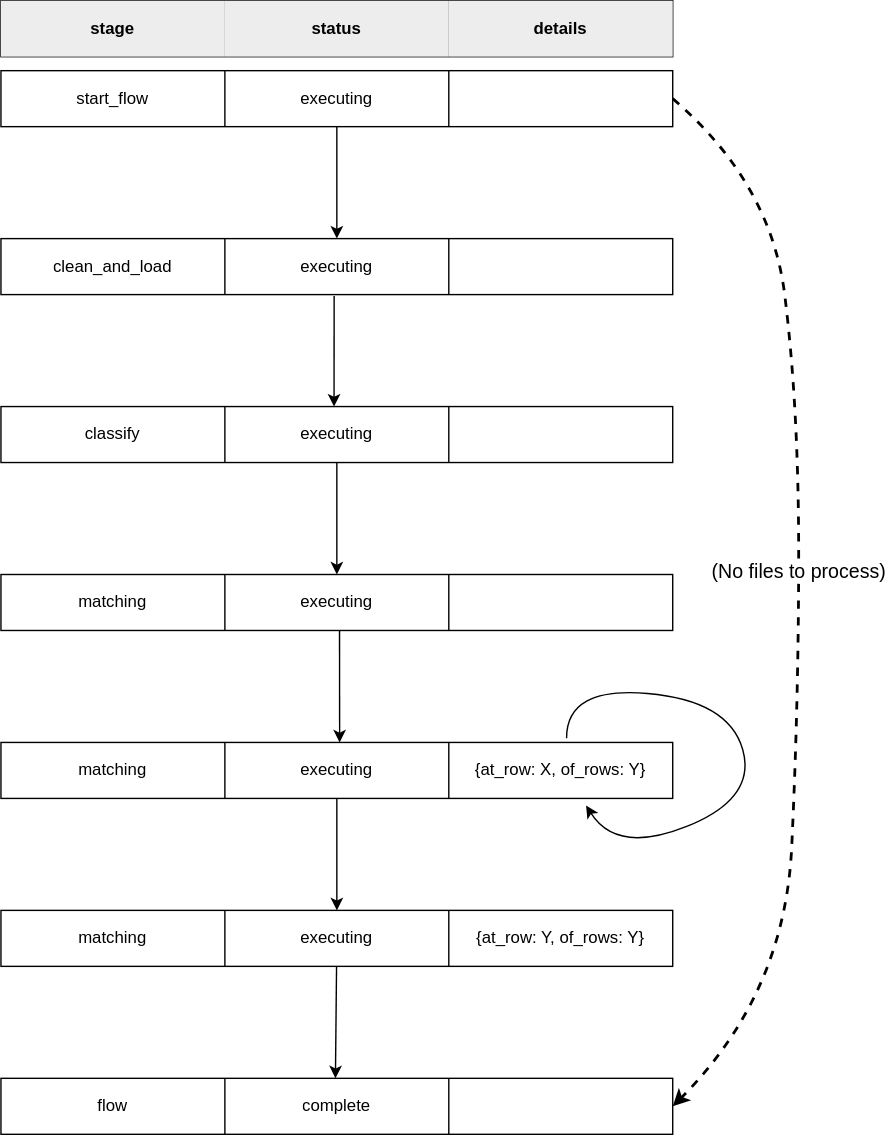
Before: documentation/documentation-images/exec_status.svg, a diagram exported from draw.io (CodeForPhilly/paws-data-pipeline). Source tidied: cells renumbered, new cells last; positions are measured from the earlier drawing's top-left corner, leaving out a move shared by most shapes.
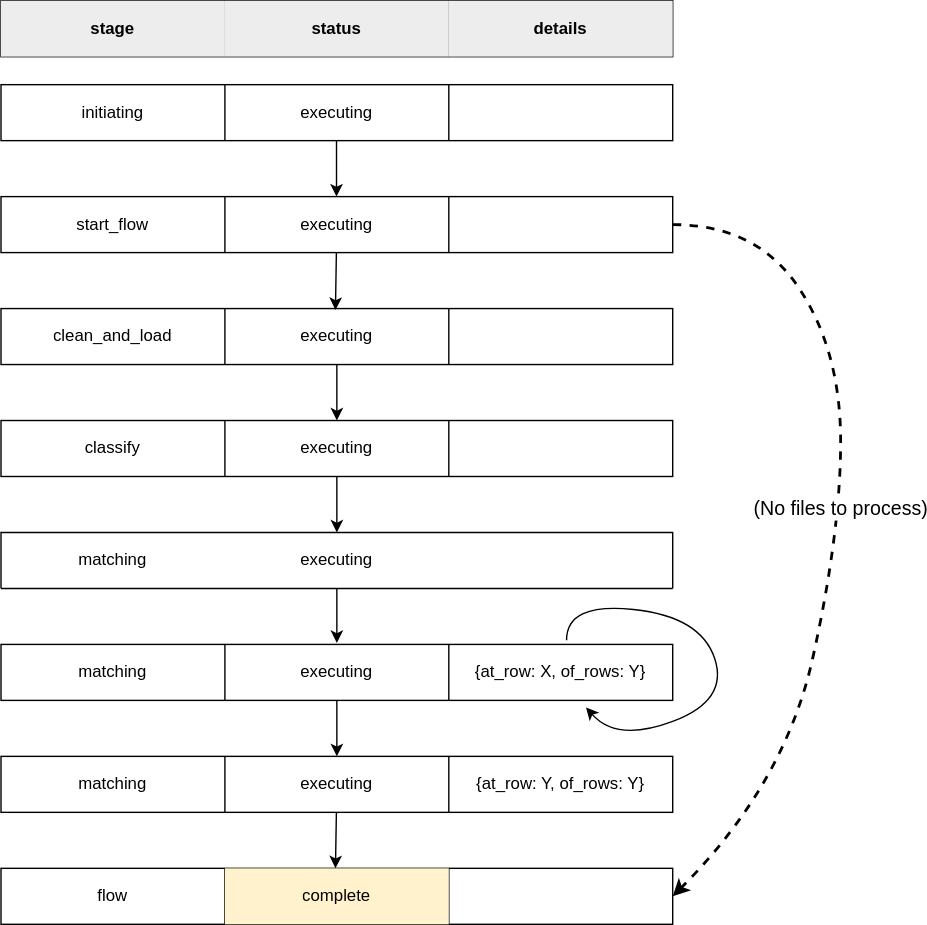
Later version of the same file.

The edit, as a diff of the source:
```diff
@@ -3,7 +3,7 @@
     <mxCell id="0" />
     <mxCell id="1" parent="0" />
     <mxCell id="2" style="shape=table;html=1;whiteSpace=wrap;startSize=0;" parent="1" vertex="1">
-      <mxGeometry y="50" width="480" height="40" as="geometry" />
+      <mxGeometry y="130" width="480" height="40" as="geometry" />
     </mxCell>
     <mxCell id="3" style="shape=partialRectangle;html=1;whiteSpace=wrap;fillColor=none;top=0;left=0;bottom=0;right=0;points=[[0,0.5],[1,0.5]];portConstraint=eastwest;" parent="2" vertex="1">
       <mxGeometry width="480" height="40" as="geometry" />
@@ -18,7 +18,7 @@
       <mxGeometry x="320" width="160" height="40" as="geometry" />
     </mxCell>
     <mxCell id="7" style="shape=table;html=1;whiteSpace=wrap;startSize=0;" parent="1" vertex="1">
-      <mxGeometry y="170" width="480" height="40" as="geometry" />
+      <mxGeometry y="210" width="480" height="40" as="geometry" />
     </mxCell>
     <mxCell id="8" style="shape=partialRectangle;html=1;whiteSpace=wrap;fillColor=none;top=0;left=0;bottom=0;right=0;points=[[0,0.5],[1,0.5]];portConstraint=eastwest;" parent="7" vertex="1">
       <mxGeometry width="480" height="40" as="geometry" />
@@ -32,8 +32,8 @@
     <mxCell id="11" style="shape=partialRectangle;html=1;whiteSpace=wrap;fillColor=none;top=0;left=0;bottom=0;right=0;overflow=hidden;" parent="8" vertex="1">
       <mxGeometry x="320" width="160" height="40" as="geometry" />
     </mxCell>
-    <mxCell id="12" style="shape=table;html=1;whiteSpace=wrap;startSize=0;" parent="1" vertex="1">
-      <mxGeometry y="410" width="480" height="40" as="geometry" />
+    <mxCell id="12" style="shape=table;html=1;whiteSpace=wrap;startSize=40;" parent="1" vertex="1">
+      <mxGeometry y="370" width="480" height="40" as="geometry" />
     </mxCell>
     <mxCell id="13" style="shape=partialRectangle;html=1;whiteSpace=wrap;fillColor=none;top=0;left=0;bottom=0;right=0;points=[[0,0.5],[1,0.5]];portConstraint=eastwest;" parent="12" vertex="1">
       <mxGeometry width="480" height="40" as="geometry" />
@@ -48,7 +48,7 @@
       <mxGeometry x="320" width="160" height="40" as="geometry" />
     </mxCell>
     <mxCell id="17" style="shape=table;html=1;whiteSpace=wrap;startSize=0;" parent="1" vertex="1">
-      <mxGeometry y="770" width="480" height="40" as="geometry" />
+      <mxGeometry y="610" width="480" height="40" as="geometry" />
     </mxCell>
     <mxCell id="18" style="shape=partialRectangle;html=1;whiteSpace=wrap;fillColor=none;top=0;left=0;bottom=0;right=0;points=[[0,0.5],[1,0.5]];portConstraint=eastwest;" parent="17" vertex="1">
       <mxGeometry width="480" height="40" as="geometry" />
@@ -56,7 +56,7 @@
     <mxCell id="19" value="flow" style="shape=partialRectangle;html=1;whiteSpace=wrap;fillColor=none;top=0;left=0;bottom=0;right=0;overflow=hidden;" parent="18" vertex="1">
       <mxGeometry width="160" height="40" as="geometry" />
     </mxCell>
-    <mxCell id="20" value="complete" style="shape=partialRectangle;html=1;whiteSpace=wrap;fillColor=none;top=0;left=0;bottom=0;right=0;overflow=hidden;" parent="18" vertex="1">
+    <mxCell id="20" value="complete" style="shape=partialRectangle;html=1;whiteSpace=wrap;fillColor=#fff2cc;top=0;left=0;bottom=0;right=0;overflow=hidden;strokeColor=#d6b656;" parent="18" vertex="1">
       <mxGeometry x="160" width="160" height="40" as="geometry" />
     </mxCell>
     <mxCell id="21" style="shape=partialRectangle;html=1;whiteSpace=wrap;fillColor=none;top=0;left=0;bottom=0;right=0;overflow=hidden;" parent="18" vertex="1">
@@ -78,7 +78,7 @@
       <mxGeometry x="320" width="160" height="40" as="geometry" />
     </mxCell>
     <mxCell id="27" style="shape=table;html=1;whiteSpace=wrap;startSize=0;" parent="1" vertex="1">
-      <mxGeometry y="530" width="480" height="40" as="geometry" />
+      <mxGeometry y="450" width="480" height="40" as="geometry" />
     </mxCell>
     <mxCell id="28" style="shape=partialRectangle;html=1;whiteSpace=wrap;fillColor=none;top=0;left=0;bottom=0;right=0;points=[[0,0.5],[1,0.5]];portConstraint=eastwest;" parent="27" vertex="1">
       <mxGeometry width="480" height="40" as="geometry" />
@@ -95,15 +95,15 @@
     <mxCell id="32" style="curved=1;endArrow=classic;html=1;exitX=0.842;exitY=-0.075;exitDx=0;exitDy=0;exitPerimeter=0;entryX=0.871;entryY=1.125;entryDx=0;entryDy=0;entryPerimeter=0;" parent="27" edge="1" source="28" target="28">
       <mxGeometry relative="1" as="geometry">
         <Array as="points">
-          <mxPoint x="404" y="-40" />
-          <mxPoint x="520" y="-30" />
-          <mxPoint x="540" y="40" />
-          <mxPoint x="440" y="80" />
+          <mxPoint x="404" y="-30" />
+          <mxPoint x="500" y="-20" />
+          <mxPoint x="520" y="40" />
+          <mxPoint x="440" y="70" />
         </Array>
       </mxGeometry>
     </mxCell>
     <mxCell id="33" style="shape=table;html=1;whiteSpace=wrap;startSize=0;" parent="1" vertex="1">
-      <mxGeometry y="650" width="480" height="40" as="geometry" />
+      <mxGeometry y="530" width="480" height="40" as="geometry" />
     </mxCell>
     <mxCell id="34" style="shape=partialRectangle;html=1;whiteSpace=wrap;fillColor=none;top=0;left=0;bottom=0;right=0;points=[[0,0.5],[1,0.5]];portConstraint=eastwest;" parent="33" vertex="1">
       <mxGeometry width="480" height="40" as="geometry" />
@@ -117,34 +117,30 @@
     <mxCell id="37" value="{at_row: Y, of_rows: Y} " style="shape=partialRectangle;html=1;whiteSpace=wrap;fillColor=none;top=0;left=0;bottom=0;right=0;overflow=hidden;" parent="34" vertex="1">
       <mxGeometry x="320" width="160" height="40" as="geometry" />
     </mxCell>
-    <mxCell id="38" style="endArrow=classic;html=1;exitX=0.5;exitY=1;exitDx=0;exitDy=0;exitPerimeter=0;" parent="1" edge="1" source="3">
+    <mxCell id="38" style="endArrow=classic;html=1;" parent="1" edge="1" source="3">
       <mxGeometry relative="1" as="geometry">
-        <mxPoint x="240" y="170" as="targetPoint" />
+        <mxPoint x="239" y="211" as="targetPoint" />
       </mxGeometry>
     </mxCell>
-    <mxCell id="39" style="endArrow=classic;html=1;exitX=0.496;exitY=1.025;exitDx=0;exitDy=0;exitPerimeter=0;" parent="1" edge="1" source="8">
-      <mxGeometry relative="1" as="geometry">
-        <mxPoint x="238" y="290" as="targetPoint" />
-      </mxGeometry>
+    <mxCell id="39" style="endArrow=classic;html=1;" parent="1" edge="1" source="8" target="23">
+      <mxGeometry relative="1" as="geometry" />
     </mxCell>
     <mxCell id="40" style="endArrow=classic;html=1;" parent="1" edge="1" source="23" target="13">
       <mxGeometry relative="1" as="geometry" />
     </mxCell>
-    <mxCell id="41" style="endArrow=classic;html=1;exitX=0.504;exitY=1;exitDx=0;exitDy=0;exitPerimeter=0;" parent="1" edge="1" source="13">
-      <mxGeometry relative="1" as="geometry">
-        <mxPoint x="242" y="530" as="targetPoint" />
-      </mxGeometry>
+    <mxCell id="41" style="endArrow=classic;html=1;entryX=0.5;entryY=-0.025;entryDx=0;entryDy=0;entryPerimeter=0;" parent="1" edge="1" source="13" target="28">
+      <mxGeometry relative="1" as="geometry" />
     </mxCell>
     <mxCell id="42" style="endArrow=classic;html=1;" parent="1" edge="1" source="28" target="34">
       <mxGeometry relative="1" as="geometry" />
     </mxCell>
     <mxCell id="43" style="endArrow=classic;html=1;" parent="1" edge="1" source="34">
       <mxGeometry relative="1" as="geometry">
-        <mxPoint x="239" y="770" as="targetPoint" />
+        <mxPoint x="239" y="610" as="targetPoint" />
       </mxGeometry>
     </mxCell>
     <mxCell id="44" style="shape=table;html=1;whiteSpace=wrap;startSize=0;" parent="1" vertex="1">
-      <mxGeometry width="480" height="40" as="geometry" />
+      <mxGeometry y="-10" width="480" height="40" as="geometry" />
     </mxCell>
     <mxCell id="45" style="shape=partialRectangle;html=1;whiteSpace=wrap;fillColor=none;top=0;left=0;bottom=0;right=0;" parent="44" vertex="1">
       <mxGeometry width="480" height="40" as="geometry" />
@@ -161,15 +157,36 @@
     <mxCell id="49" style="curved=1;endArrow=classic;html=1;exitX=1;exitY=0.5;exitDx=0;exitDy=0;entryX=1;entryY=0.5;entryDx=0;entryDy=0;strokeWidth=2;dashed=1;" parent="1" edge="1" source="3" target="18">
       <mxGeometry relative="1" as="geometry">
         <Array as="points">
-          <mxPoint x="550" y="130" />
-          <mxPoint x="570" y="290" />
-          <mxPoint x="570" y="500" />
-          <mxPoint x="560" y="710" />
+          <mxPoint x="540" y="150" />
+          <mxPoint x="600" y="240" />
+          <mxPoint x="600" y="370" />
+          <mxPoint x="560" y="550" />
         </Array>
       </mxGeometry>
     </mxCell>
     <mxCell id="50" value="&lt;font style=&quot;font-size: 14px&quot;&gt;(No files to process)&lt;/font&gt;" style="edgeLabel;html=1;align=center;verticalAlign=middle;" parent="49" vertex="1">
       <mxGeometry x="-0.06" y="-1" relative="1" as="geometry" />
     </mxCell>
+    <mxCell id="51" style="shape=table;html=1;whiteSpace=wrap;startSize=0;" parent="1" vertex="1">
+      <mxGeometry y="50" width="480" height="40" as="geometry" />
+    </mxCell>
+    <mxCell id="52" style="shape=partialRectangle;html=1;whiteSpace=wrap;fillColor=none;top=0;left=0;bottom=0;right=0;" parent="51" vertex="1">
+      <mxGeometry width="480" height="40" as="geometry" />
+    </mxCell>
+    <mxCell id="53" value="initiating" style="shape=partialRectangle;html=1;whiteSpace=wrap;fillColor=none;top=0;left=0;bottom=0;right=0;overflow=hidden;" parent="52" vertex="1">
+      <mxGeometry width="160" height="40" as="geometry" />
+    </mxCell>
+    <mxCell id="54" value="executing" style="shape=partialRectangle;html=1;whiteSpace=wrap;fillColor=none;top=0;left=0;bottom=0;right=0;overflow=hidden;" parent="52" vertex="1">
+      <mxGeometry x="160" width="160" height="40" as="geometry" />
+    </mxCell>
+    <mxCell id="55" style="shape=partialRectangle;html=1;whiteSpace=wrap;fillColor=none;top=0;left=0;bottom=0;right=0;overflow=hidden;" parent="52" vertex="1">
+      <mxGeometry x="320" width="160" height="40" as="geometry" />
+    </mxCell>
+    <mxCell id="56" style="endArrow=classic;html=1;" parent="1" edge="1">
+      <mxGeometry relative="1" as="geometry">
+        <mxPoint x="239.8" y="90" as="sourcePoint" />
+        <mxPoint x="239.8" y="130" as="targetPoint" />
+      </mxGeometry>
+    </mxCell>
   </root>
 </mxGraphModel>
```
